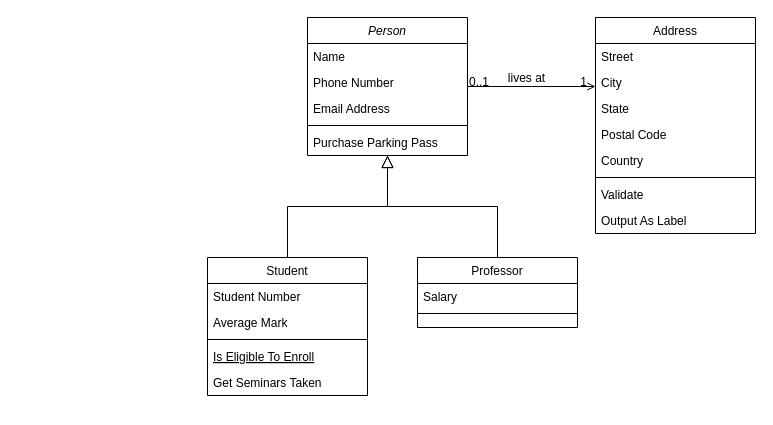
Earlier version of the draw.io diagram Untitled Diagram.drawio (its-kat/tarotapp). Source tidied: cells renumbered, new cells numbered last; positions are measured from the earlier drawing's top-left corner, leaving out a move shared by most shapes. Both pictures are drawn from the tidied source at 100%, with x=0, y=0 at pixel (207, 17).
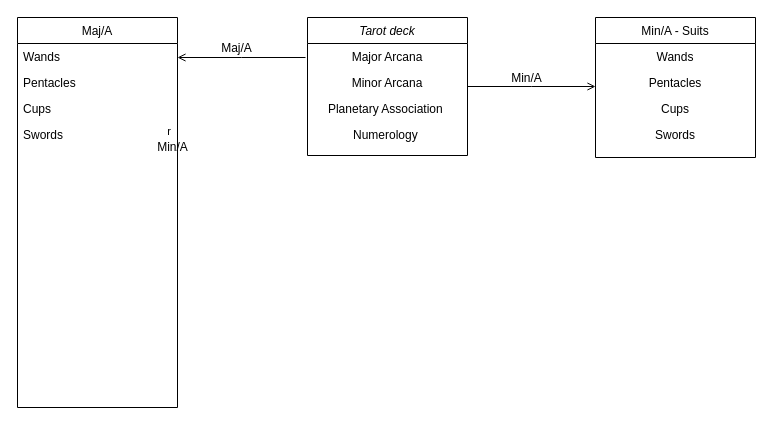
The same diagram, later.

Commit message:
added major and minor arcana

Unchanged cells that the change refers to:
```xml
<mxCell id="28" style="endArrow=open;shadow=0;strokeWidth=1;rounded=0;endFill=1;edgeStyle=elbowEdgeStyle;elbow=vertical;" parent="1" edge="1" source="2" target="19">
  <mxGeometry x="0.5" y="41" relative="1" as="geometry">
    <mxPoint x="-40" y="32" as="offset" />
  </mxGeometry>
</mxCell>
```

Change to the diagram source:
```diff
@@
-    <mxCell id="2" value="Person" style="swimlane;fontStyle=2;align=center;verticalAlign=top;horizontal=1;startSize=26;rounded=0;shadow=0;strokeWidth=1;" parent="1" vertex="1">
+    <mxCell id="2" value="Tarot deck" style="swimlane;fontStyle=2;align=center;verticalAlign=top;horizontal=1;startSize=26;rounded=0;shadow=0;strokeWidth=1;" parent="1" vertex="1">
       <mxGeometry x="100" width="160" height="138" as="geometry" />
     </mxCell>
-    <mxCell id="3" value="Name" style="text;align=left;verticalAlign=top;spacingLeft=4;spacingRight=4;overflow=hidden;" parent="2" vertex="1">
+    <mxCell id="3" value="Major Arcana" style="text;align=center;verticalAlign=top;spacingLeft=4;spacingRight=4;overflow=hidden;" parent="2" vertex="1">
       <mxGeometry y="26" width="160" height="26" as="geometry" />
     </mxCell>
-    <mxCell id="4" value="Phone Number" style="text;align=left;verticalAlign=top;spacingLeft=4;spacingRight=4;overflow=hidden;rounded=0;shadow=0;html=0;" parent="2" vertex="1">
+    <mxCell id="4" value="Minor Arcana&#10;" style="text;align=center;verticalAlign=top;spacingLeft=4;spacingRight=4;overflow=hidden;rounded=0;shadow=0;html=0;" parent="2" vertex="1">
       <mxGeometry y="52" width="160" height="26" as="geometry" />
     </mxCell>
-    <mxCell id="5" value="Email Address" style="text;align=left;verticalAlign=top;spacingLeft=4;spacingRight=4;overflow=hidden;rounded=0;shadow=0;html=0;" parent="2" vertex="1">
-      <mxGeometry y="78" width="160" height="26" as="geometry" />
-    </mxCell>
-    <mxCell id="6" style="line;html=1;strokeWidth=1;align=left;verticalAlign=middle;spacingTop=-1;spacingLeft=3;spacingRight=3;labelPosition=right;" parent="2" vertex="1">
-      <mxGeometry y="104" width="160" height="8" as="geometry" />
-    </mxCell>
-    <mxCell id="7" value="Purchase Parking Pass" style="text;align=left;verticalAlign=top;spacingLeft=4;spacingRight=4;overflow=hidden;" parent="2" vertex="1">
-      <mxGeometry y="112" width="160" height="26" as="geometry" />
-    </mxCell>
-    <mxCell id="8" value="Student" style="swimlane;fontStyle=0;align=center;verticalAlign=top;horizontal=1;startSize=26;rounded=0;shadow=0;strokeWidth=1;" parent="1" vertex="1">
-      <mxGeometry y="240" width="160" height="138" as="geometry" />
-    </mxCell>
-    <mxCell id="9" value="Student Number" style="text;align=left;verticalAlign=top;spacingLeft=4;spacingRight=4;overflow=hidden;" parent="8" vertex="1">
-      <mxGeometry y="26" width="160" height="26" as="geometry" />
-    </mxCell>
-    <mxCell id="10" value="Average Mark" style="text;align=left;verticalAlign=top;spacingLeft=4;spacingRight=4;overflow=hidden;rounded=0;shadow=0;html=0;" parent="8" vertex="1">
-      <mxGeometry y="52" width="160" height="26" as="geometry" />
-    </mxCell>
-    <mxCell id="11" style="line;html=1;strokeWidth=1;align=left;verticalAlign=middle;spacingTop=-1;spacingLeft=3;spacingRight=3;labelPosition=right;" parent="8" vertex="1">
-      <mxGeometry y="78" width="160" height="8" as="geometry" />
-    </mxCell>
-    <mxCell id="12" value="Is Eligible To Enroll" style="text;align=left;verticalAlign=top;spacingLeft=4;spacingRight=4;overflow=hidden;fontStyle=4;" parent="8" vertex="1">
-      <mxGeometry y="86" width="160" height="26" as="geometry" />
-    </mxCell>
-    <mxCell id="13" value="Get Seminars Taken" style="text;align=left;verticalAlign=top;spacingLeft=4;spacingRight=4;overflow=hidden;" parent="8" vertex="1">
-      <mxGeometry y="112" width="160" height="26" as="geometry" />
-    </mxCell>
-    <mxCell id="14" style="endArrow=block;endSize=10;endFill=0;shadow=0;strokeWidth=1;rounded=0;edgeStyle=elbowEdgeStyle;elbow=vertical;" parent="1" edge="1" source="8" target="2">
-      <mxGeometry relative="1" as="geometry" />
-    </mxCell>
-    <mxCell id="15" value="Professor" style="swimlane;fontStyle=0;align=center;verticalAlign=top;horizontal=1;startSize=26;rounded=0;shadow=0;strokeWidth=1;" parent="1" vertex="1">
-      <mxGeometry x="210" y="240" width="160" height="70" as="geometry" />
-    </mxCell>
-    <mxCell id="16" value="Salary" style="text;align=left;verticalAlign=top;spacingLeft=4;spacingRight=4;overflow=hidden;" parent="15" vertex="1">
-      <mxGeometry y="26" width="160" height="26" as="geometry" />
-    </mxCell>
-    <mxCell id="17" style="line;html=1;strokeWidth=1;align=left;verticalAlign=middle;spacingTop=-1;spacingLeft=3;spacingRight=3;labelPosition=right;" parent="15" vertex="1">
-      <mxGeometry y="52" width="160" height="8" as="geometry" />
-    </mxCell>
-    <mxCell id="18" style="endArrow=block;endSize=10;endFill=0;shadow=0;strokeWidth=1;rounded=0;edgeStyle=elbowEdgeStyle;elbow=vertical;" parent="1" edge="1" source="15" target="2">
-      <mxGeometry relative="1" as="geometry" />
-    </mxCell>
+    <mxCell id="32" value="Planetary Association " style="text;align=center;verticalAlign=top;spacingLeft=4;spacingRight=4;overflow=hidden;rounded=0;shadow=0;html=0;" parent="2" vertex="1">
+      <mxGeometry y="78" width="160" height="26" as="geometry" />
+    </mxCell>
+    <mxCell id="33" value="Numerology " style="text;align=center;verticalAlign=top;spacingLeft=4;spacingRight=4;overflow=hidden;rounded=0;shadow=0;html=0;" parent="2" vertex="1">
+      <mxGeometry y="104" width="160" height="26" as="geometry" />
+    </mxCell>
-    <mxCell id="19" value="Address" style="swimlane;fontStyle=0;align=center;verticalAlign=top;horizontal=1;startSize=26;rounded=0;shadow=0;strokeWidth=1;" parent="1" vertex="1">
-      <mxGeometry x="388" width="160" height="216" as="geometry" />
+    <mxCell id="19" value="Min/A - Suits" style="swimlane;fontStyle=0;align=center;verticalAlign=top;horizontal=1;startSize=26;rounded=0;shadow=0;strokeWidth=1;" parent="1" vertex="1">
+      <mxGeometry x="388" width="160" height="140" as="geometry" />
     </mxCell>
-    <mxCell id="20" value="Street" style="text;align=left;verticalAlign=top;spacingLeft=4;spacingRight=4;overflow=hidden;" parent="19" vertex="1">
+    <mxCell id="20" value="Wands" style="text;align=center;verticalAlign=top;spacingLeft=4;spacingRight=4;overflow=hidden;" parent="19" vertex="1">
       <mxGeometry y="26" width="160" height="26" as="geometry" />
     </mxCell>
-    <mxCell id="21" value="City" style="text;align=left;verticalAlign=top;spacingLeft=4;spacingRight=4;overflow=hidden;rounded=0;shadow=0;html=0;" parent="19" vertex="1">
+    <mxCell id="21" value="Pentacles" style="text;align=center;verticalAlign=top;spacingLeft=4;spacingRight=4;overflow=hidden;rounded=0;shadow=0;html=0;" parent="19" vertex="1">
       <mxGeometry y="52" width="160" height="26" as="geometry" />
     </mxCell>
-    <mxCell id="22" value="State" style="text;align=left;verticalAlign=top;spacingLeft=4;spacingRight=4;overflow=hidden;rounded=0;shadow=0;html=0;" parent="19" vertex="1">
+    <mxCell id="22" value="Cups" style="text;align=center;verticalAlign=top;spacingLeft=4;spacingRight=4;overflow=hidden;rounded=0;shadow=0;html=0;" parent="19" vertex="1">
       <mxGeometry y="78" width="160" height="26" as="geometry" />
     </mxCell>
-    <mxCell id="23" value="Postal Code" style="text;align=left;verticalAlign=top;spacingLeft=4;spacingRight=4;overflow=hidden;rounded=0;shadow=0;html=0;" parent="19" vertex="1">
+    <mxCell id="23" value="Swords" style="text;align=center;verticalAlign=top;spacingLeft=4;spacingRight=4;overflow=hidden;rounded=0;shadow=0;html=0;" parent="19" vertex="1">
       <mxGeometry y="104" width="160" height="26" as="geometry" />
     </mxCell>
-    <mxCell id="24" value="Country" style="text;align=left;verticalAlign=top;spacingLeft=4;spacingRight=4;overflow=hidden;rounded=0;shadow=0;html=0;" parent="19" vertex="1">
-      <mxGeometry y="130" width="160" height="26" as="geometry" />
-    </mxCell>
-    <mxCell id="25" style="line;html=1;strokeWidth=1;align=left;verticalAlign=middle;spacingTop=-1;spacingLeft=3;spacingRight=3;labelPosition=right;" parent="19" vertex="1">
-      <mxGeometry y="156" width="160" height="8" as="geometry" />
-    </mxCell>
-    <mxCell id="26" value="Validate" style="text;align=left;verticalAlign=top;spacingLeft=4;spacingRight=4;overflow=hidden;" parent="19" vertex="1">
-      <mxGeometry y="164" width="160" height="26" as="geometry" />
-    </mxCell>
-    <mxCell id="27" value="Output As Label" style="text;align=left;verticalAlign=top;spacingLeft=4;spacingRight=4;overflow=hidden;" parent="19" vertex="1">
-      <mxGeometry y="190" width="160" height="26" as="geometry" />
-    </mxCell>
@@
-    <mxCell id="29" value="0..1" style="align=left;verticalAlign=bottom;labelBackgroundColor=none;fontSize=12;" parent="28" vertex="1">
-      <mxGeometry x="-1" relative="1" as="geometry">
-        <mxPoint y="4" as="offset" />
-      </mxGeometry>
-    </mxCell>
-    <mxCell id="30" value="1" style="align=right;verticalAlign=bottom;labelBackgroundColor=none;fontSize=12;" parent="28" vertex="1">
-      <mxGeometry x="1" relative="1" as="geometry">
-        <mxPoint x="-7" y="4" as="offset" />
-      </mxGeometry>
-    </mxCell>
-    <mxCell id="31" value="lives at" style="text;html=1;align=center;verticalAlign=middle;labelBackgroundColor=none;rounded=0;shadow=0;strokeWidth=1;fontSize=12;" parent="28" vertex="1">
+    <mxCell id="31" value="Min/A" style="text;html=1;align=center;verticalAlign=middle;labelBackgroundColor=none;rounded=0;shadow=0;strokeWidth=1;fontSize=12;" parent="28" vertex="1">
       <mxGeometry x="0.5" y="49" relative="1" as="geometry">
         <mxPoint x="-38" y="40" as="offset" />
       </mxGeometry>
     </mxCell>
+    <mxCell id="34" value="Maj/A" style="swimlane;fontStyle=0;align=center;verticalAlign=top;horizontal=1;startSize=26;rounded=0;shadow=0;strokeWidth=1;" parent="1" vertex="1">
+      <mxGeometry x="-190" width="160" height="390" as="geometry" />
+    </mxCell>
+    <mxCell id="35" value="Wands" style="text;align=left;verticalAlign=top;spacingLeft=4;spacingRight=4;overflow=hidden;" parent="34" vertex="1">
+      <mxGeometry y="26" width="160" height="26" as="geometry" />
+    </mxCell>
+    <mxCell id="36" value="Pentacles" style="text;align=left;verticalAlign=top;spacingLeft=4;spacingRight=4;overflow=hidden;rounded=0;shadow=0;html=0;" parent="34" vertex="1">
+      <mxGeometry y="52" width="160" height="26" as="geometry" />
+    </mxCell>
+    <mxCell id="37" value="Cups" style="text;align=left;verticalAlign=top;spacingLeft=4;spacingRight=4;overflow=hidden;rounded=0;shadow=0;html=0;" parent="34" vertex="1">
+      <mxGeometry y="78" width="160" height="26" as="geometry" />
+    </mxCell>
+    <mxCell id="38" value="Swords" style="text;align=left;verticalAlign=top;spacingLeft=4;spacingRight=4;overflow=hidden;rounded=0;shadow=0;html=0;" parent="34" vertex="1">
+      <mxGeometry y="104" width="160" height="26" as="geometry" />
+    </mxCell>
+    <mxCell id="39" value="r" style="endArrow=open;shadow=0;strokeWidth=1;rounded=0;endFill=1;edgeStyle=elbowEdgeStyle;elbow=vertical;" parent="1" edge="1">
+      <mxGeometry x="0.5" y="41" relative="1" as="geometry">
+        <mxPoint x="98" y="40" as="sourcePoint" />
+        <mxPoint x="-30" y="40" as="targetPoint" />
+        <mxPoint x="-40" y="32" as="offset" />
+      </mxGeometry>
+    </mxCell>
+    <mxCell id="40" value="Min/A" style="text;html=1;align=center;verticalAlign=middle;labelBackgroundColor=none;rounded=0;shadow=0;strokeWidth=1;fontSize=12;" parent="39" vertex="1">
+      <mxGeometry x="0.5" y="49" relative="1" as="geometry">
+        <mxPoint x="-38" y="40" as="offset" />
+      </mxGeometry>
+    </mxCell>
+    <mxCell id="41" value="Maj/A" style="text;html=1;align=center;verticalAlign=middle;labelBackgroundColor=none;rounded=0;shadow=0;strokeWidth=1;fontSize=12;" parent="1" vertex="1">
+      <mxGeometry x="334" y="72" as="geometry">
+        <mxPoint x="-306" y="-42" as="offset" />
+      </mxGeometry>
+    </mxCell>
```
